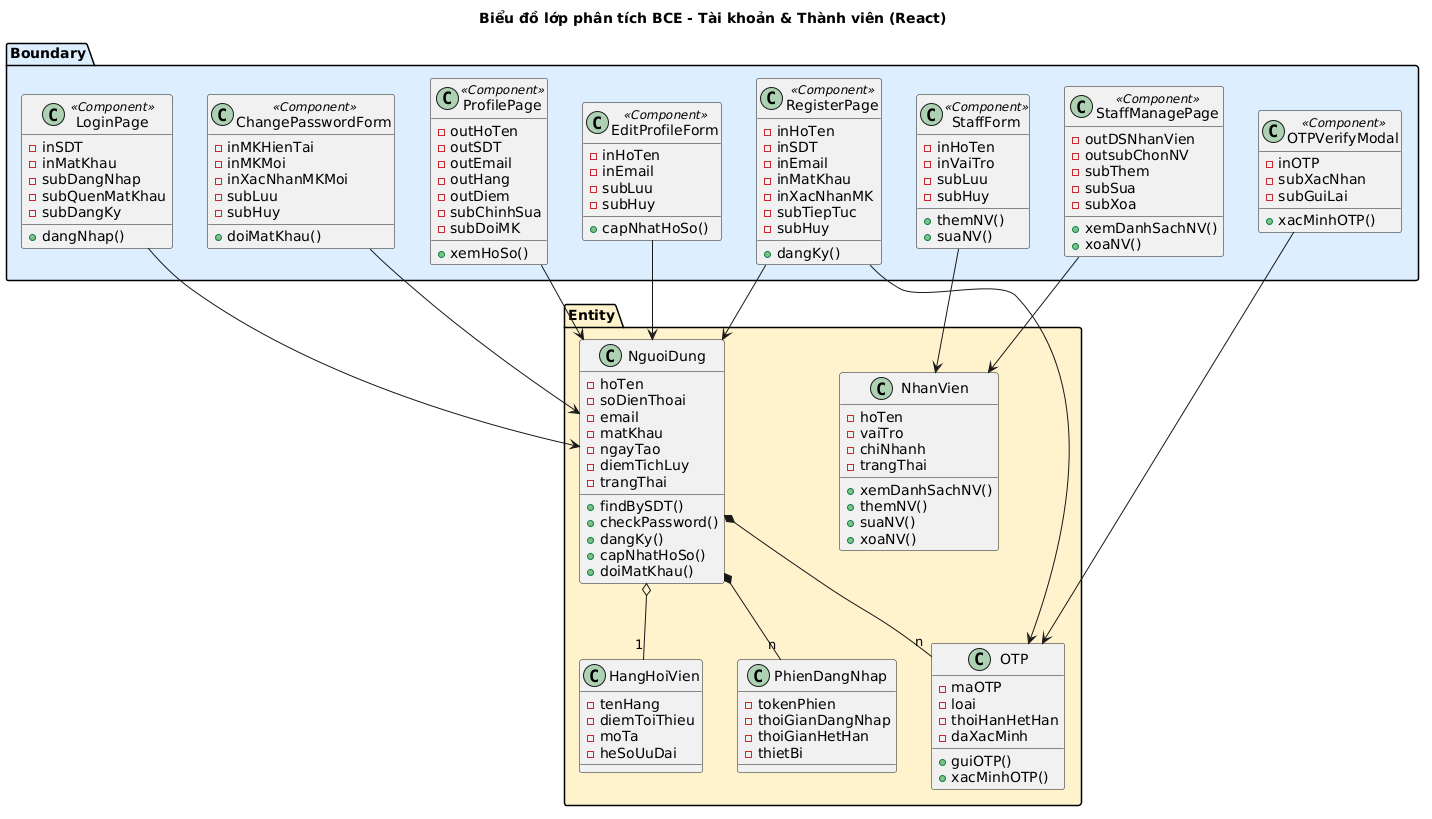
Earlier version of the PlantUML export output/diagrams/account_bce_analysis.png (thanhtrnnn/cnpm).
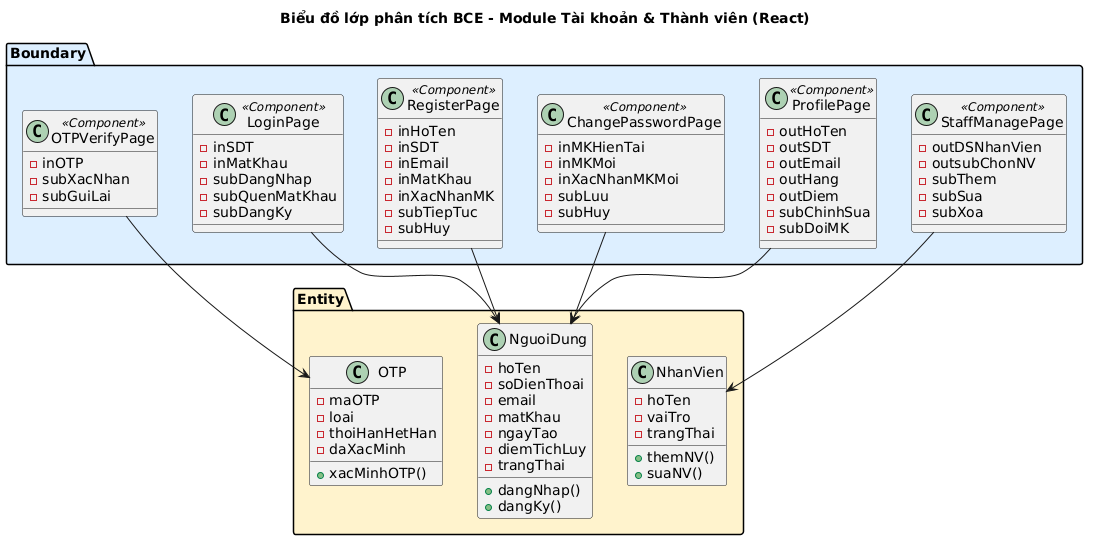
The same file after the commit.

Commit message:
feat: Controller pattern + Page classes + properties/methods for account module

What changed in the source:
```diff
@@ -1,5 +1,5 @@
 @startuml
-title Biểu đồ lớp phân tích BCE - Tài khoản & Thành viên (React)
+title Biểu đồ lớp phân tích BCE - Module Tài khoản & Thành viên (React)
 
 package "Boundary" #DDEEFF {
   class LoginPage <<Component>> {
@@ -8,7 +8,6 @@
     -subDangNhap
     -subQuenMatKhau
     -subDangKy
-    +dangNhap()
   }
   class RegisterPage <<Component>> {
     -inHoTen
@@ -18,21 +17,18 @@
     -inXacNhanMK
     -subTiepTuc
     -subHuy
-    +dangKy()
   }
-  class OTPVerifyModal <<Component>> {
+  class OTPVerifyPage <<Component>> {
     -inOTP
     -subXacNhan
     -subGuiLai
-    +xacMinhOTP()
   }
-  class ChangePasswordForm <<Component>> {
+  class ChangePasswordPage <<Component>> {
     -inMKHienTai
     -inMKMoi
     -inXacNhanMKMoi
     -subLuu
     -subHuy
-    +doiMatKhau()
   }
   class ProfilePage <<Component>> {
     -outHoTen
@@ -42,14 +38,6 @@
     -outDiem
     -subChinhSua
     -subDoiMK
-    +xemHoSo()
-  }
-  class EditProfileForm <<Component>> {
-    -inHoTen
-    -inEmail
-    -subLuu
-    -subHuy
-    +capNhatHoSo()
   }
   class StaffManagePage <<Component>> {
     -outDSNhanVien
@@ -57,16 +45,6 @@
     -subThem
     -subSua
     -subXoa
-    +xemDanhSachNV()
-    +xoaNV()
-  }
-  class StaffForm <<Component>> {
-    -inHoTen
-    -inVaiTro
-    -subLuu
-    -subHuy
-    +themNV()
-    +suaNV()
   }
 }
 
@@ -79,55 +57,29 @@
     -ngayTao
     -diemTichLuy
     -trangThai
-    +findBySDT()
-    +checkPassword()
+    +dangNhap()
     +dangKy()
-    +capNhatHoSo()
-    +doiMatKhau()
-  }
-  class HangHoiVien {
-    -tenHang
-    -diemToiThieu
-    -moTa
-    -heSoUuDai
   }
   class OTP {
     -maOTP
     -loai
     -thoiHanHetHan
     -daXacMinh
-    +guiOTP()
     +xacMinhOTP()
-  }
-  class PhienDangNhap {
-    -tokenPhien
-    -thoiGianDangNhap
-    -thoiGianHetHan
-    -thietBi
   }
   class NhanVien {
     -hoTen
     -vaiTro
-    -chiNhanh
     -trangThai
-    +xemDanhSachNV()
     +themNV()
     +suaNV()
-    +xoaNV()
   }
 }
 
 LoginPage --> NguoiDung
 RegisterPage --> NguoiDung
-RegisterPage --> OTP
-OTPVerifyModal --> OTP
-ChangePasswordForm --> NguoiDung
+OTPVerifyPage --> OTP
+ChangePasswordPage --> NguoiDung
 ProfilePage --> NguoiDung
-EditProfileForm --> NguoiDung
 StaffManagePage --> NhanVien
-StaffForm --> NhanVien
-
-NguoiDung o-- "1" HangHoiVien
-NguoiDung *-- "n" OTP
-NguoiDung *-- "n" PhienDangNhap
 @enduml
```
